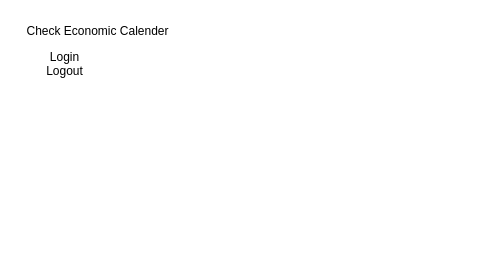
This is readme.drawio from dinesh-official/Meradhan, a draw.io file, before an edit. Source tidied: cells renumbered, new cells numbered last; positions are measured from the earlier drawing's top-left corner, leaving out a move shared by most shapes. Both pictures are drawn from the tidied source at 100%, with x=0, y=0 at pixel (17, 17).
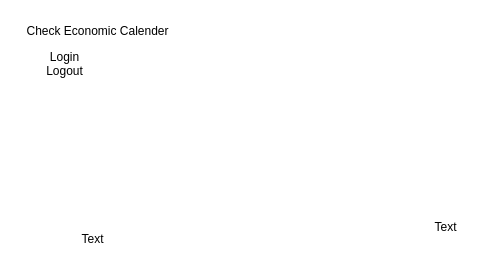
Above is the later version.

The edit, as a diff of the source:
```diff
@@
 <mxGraphModel>
   <root>
     <mxCell id="0" />
     <mxCell id="1" parent="0" />
     <mxCell id="2" value="Check Economic Calender&lt;div&gt;&lt;br&gt;&lt;/div&gt;" style="text;html=1;align=center;verticalAlign=middle;strokeColor=none;fillColor=none;" parent="1" vertex="1">
       <mxGeometry width="160" height="41" as="geometry" />
     </mxCell>
     <mxCell id="3" value="Login&lt;div&gt;Logout&lt;/div&gt;&lt;div&gt;&lt;br&gt;&lt;/div&gt;&lt;div&gt;&lt;br&gt;&lt;/div&gt;" style="text;html=1;align=center;verticalAlign=middle;strokeColor=none;fillColor=none;" parent="1" vertex="1">
       <mxGeometry x="19" y="26" width="55" height="70" as="geometry" />
     </mxCell>
+    <mxCell id="4" value="Text" style="text;html=1;align=center;verticalAlign=middle;strokeColor=none;fillColor=none;" parent="1" vertex="1">
+      <mxGeometry x="55" y="209" width="40" height="26" as="geometry" />
+    </mxCell>
+    <mxCell id="5" value="Text" style="text;html=1;align=center;verticalAlign=middle;strokeColor=none;fillColor=none;" parent="1" vertex="1">
+      <mxGeometry x="408" y="197" width="40" height="26" as="geometry" />
+    </mxCell>
   </root>
 </mxGraphModel>
```
